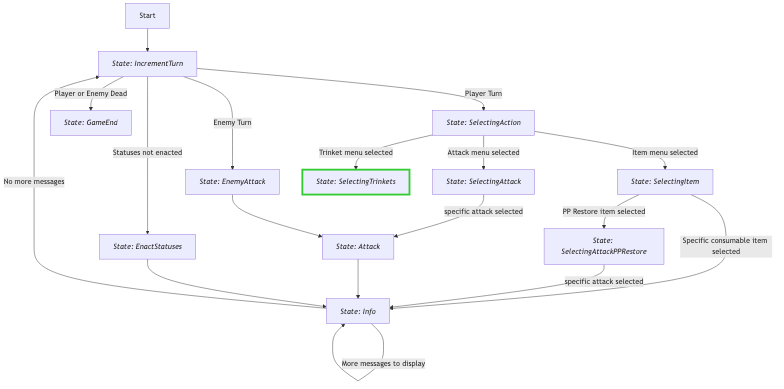
Above: docs/state_diagram.png in JakeTaussig/rpg-rougelike (Mermaid), before the change. Its source is kept beside it as docs/state_diagram.mermaid.
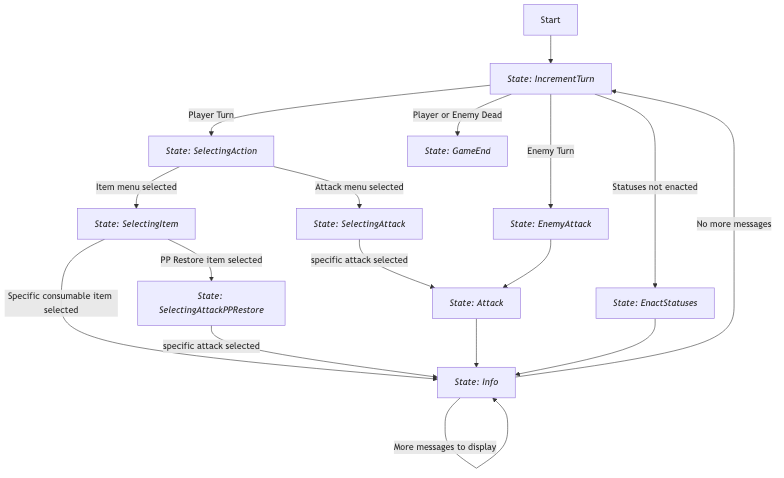
Above is the later version.

Commit message:
update state diagram (remove nonexistent "new" state)

Diff of the diagram source:
```diff
@@ -10,8 +10,6 @@
   EnactStatuses[*State: EnactStatuses*]
   SelectingItem[*State: SelectingItem*]
   SelectingAttackPPRestore[*State: SelectingAttackPPRestore*]
-  SelectingTrinkets[*State: SelectingTrinkets*]
-  style SelectingTrinkets stroke:#33cc33,stroke-width:4
 
   Start --> IncrementTurn
 
@@ -25,7 +23,6 @@
 
   SelectingAttackPPRestore --> |specific attack selected|Info
 
-  SelectingAction --> |Trinket menu selected|SelectingTrinkets
 
   IncrementTurn --> |Enemy Turn| EnemyAttack
   EnemyAttack --> Attack
@@ -40,4 +37,3 @@
   Info --> |More messages to display| Info
 
   EnactStatuses --> Info
-
```
